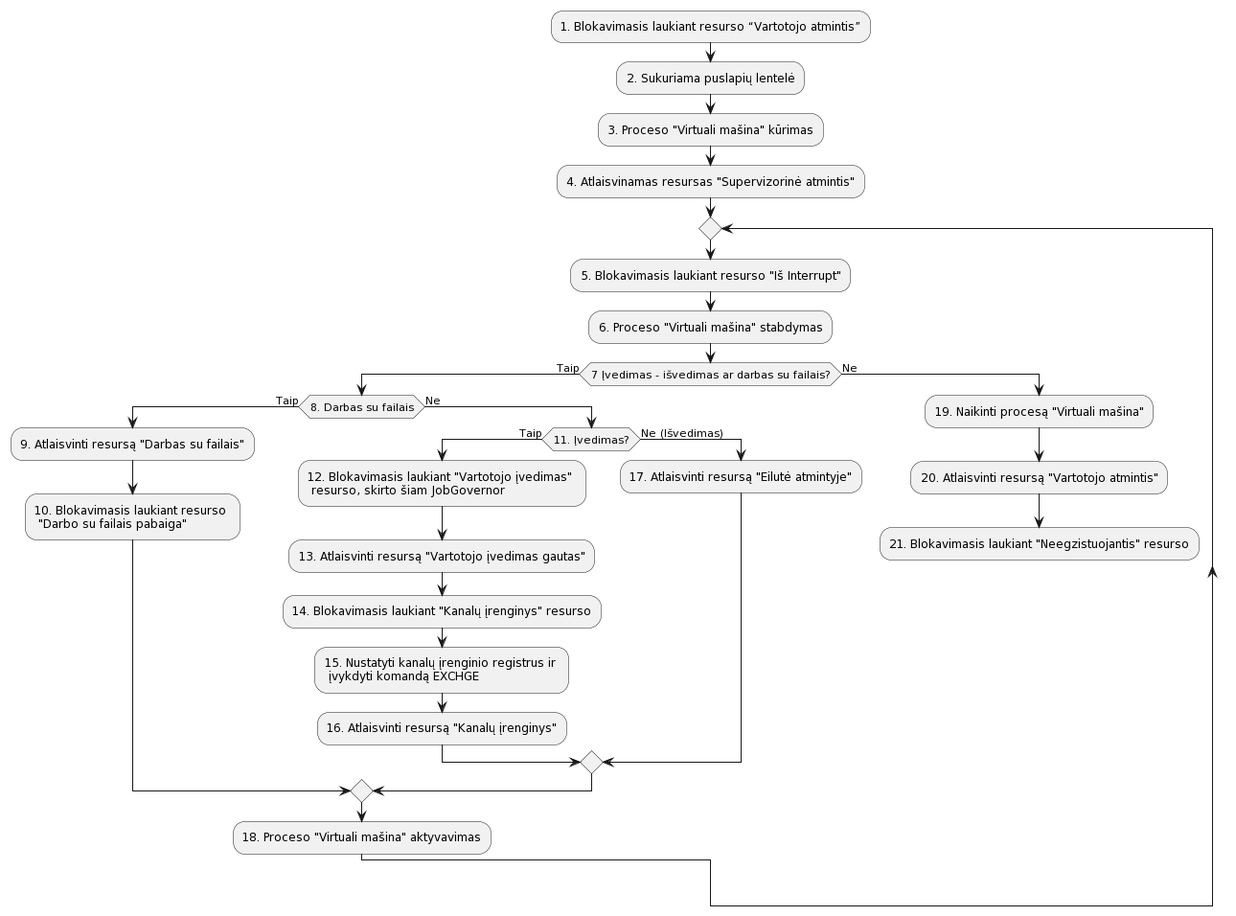
Above: aprasymas2/img/JobGovernor.png in Mdominykas/OS (PlantUML), before the change.
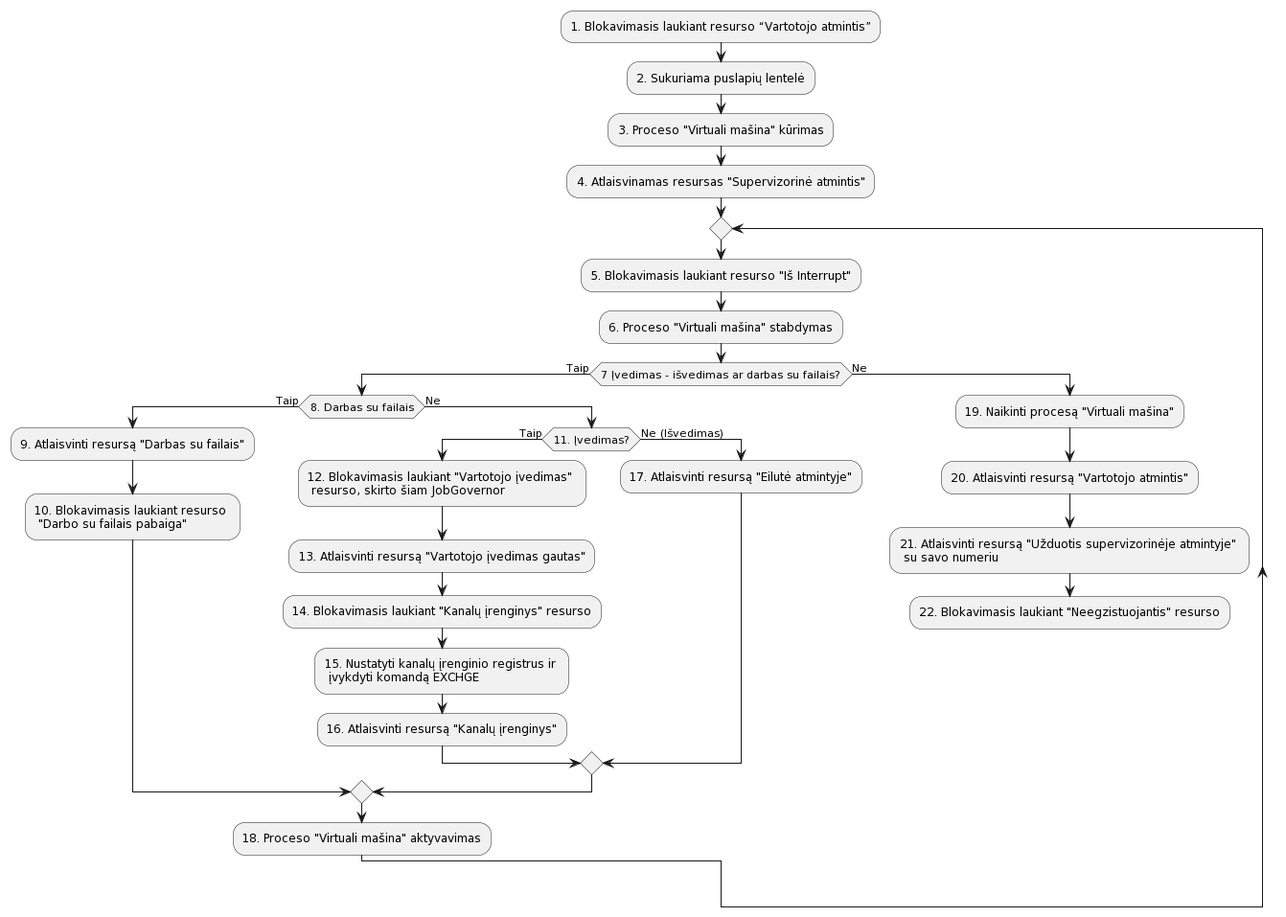
The same diagram one commit later.

Change to the diagram source:
```diff
@@ -25,7 +25,8 @@
   else (Ne)
     :19. Naikinti procesą "Virtuali mašina";
     :20. Atlaisvinti resursą "Vartotojo atmintis";
-    :21. Blokavimasis laukiant "Neegzistuojantis" resurso;
+    :21. Atlaisvinti resursą "Užduotis supervizorinėje atmintyje" \n su savo numeriu;
+    :22. Blokavimasis laukiant "Neegzistuojantis" resurso;
     kill
   endif
 @enduml
```
